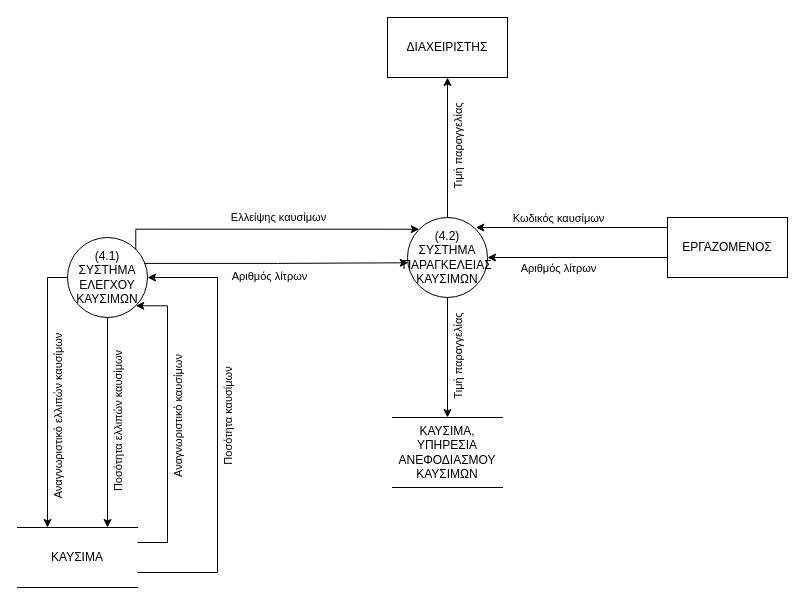
Above: page "page6-exp" (20 of 21) of SE1DIAGRAMS.drawio in Xaristrike/SE1DIAGRAMS2023 (draw.io), before the change. Source tidied: cells renumbered, new cells numbered last; positions are measured from the earlier drawing's top-left corner, leaving out a move shared by most shapes. Both pictures are drawn from the tidied source at 100%, with x=0, y=0 at pixel (17, 17).
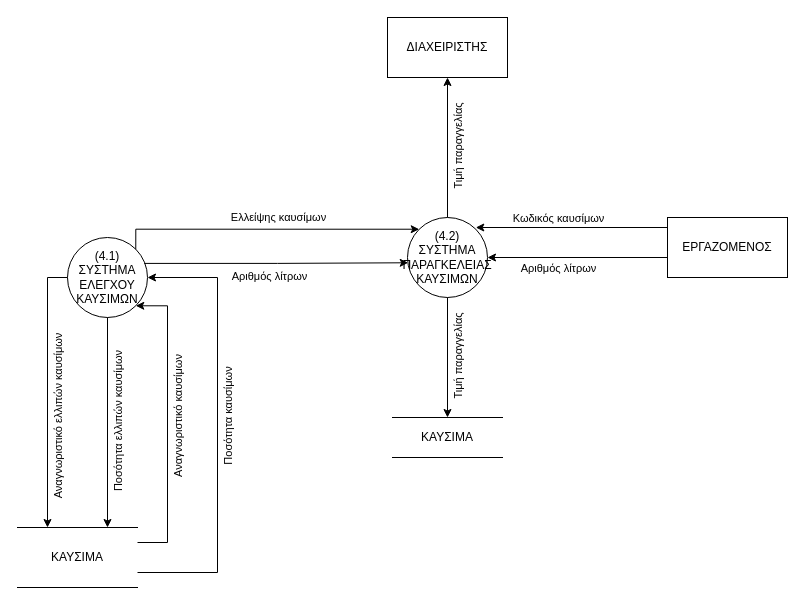
Above is the later version.

Commit message:
Fixed page6-exp

The edit, as a diff of the source:
```diff
@@
-    <mxCell id="2" value="ΚΑΥΣΙΜΑ, ΥΠΗΡΕΣΙΑ ΑΝΕΦΟΔΙΑΣΜΟΥ ΚΑΥΣΙΜΩΝ" style="shape=partialRectangle;whiteSpace=wrap;html=1;top=1;bottom=1;fillColor=none;left=0;right=0;" parent="1" vertex="1">
-      <mxGeometry x="375" y="400" width="110" height="70" as="geometry" />
+    <mxCell id="2" value="ΚΑΥΣΙΜΑ" style="shape=partialRectangle;whiteSpace=wrap;html=1;top=1;bottom=1;fillColor=none;left=0;right=0;" parent="1" vertex="1">
+      <mxGeometry x="375" y="400" width="110" height="40" as="geometry" />
     </mxCell>
```
